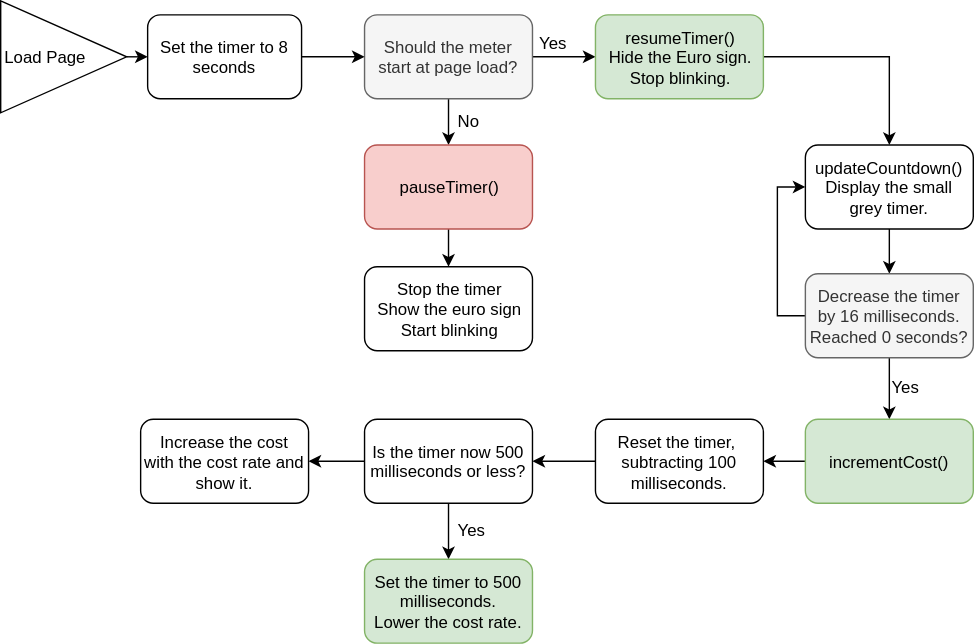
The draw.io diagram TaxiNoodleMeterDiagram.svg in wishiki/Taxi-Inari-Noodle, before a commit. Source tidied: cells renumbered, new cells last; positions are measured from the earlier drawing's top-left corner, leaving out a move shared by most shapes.
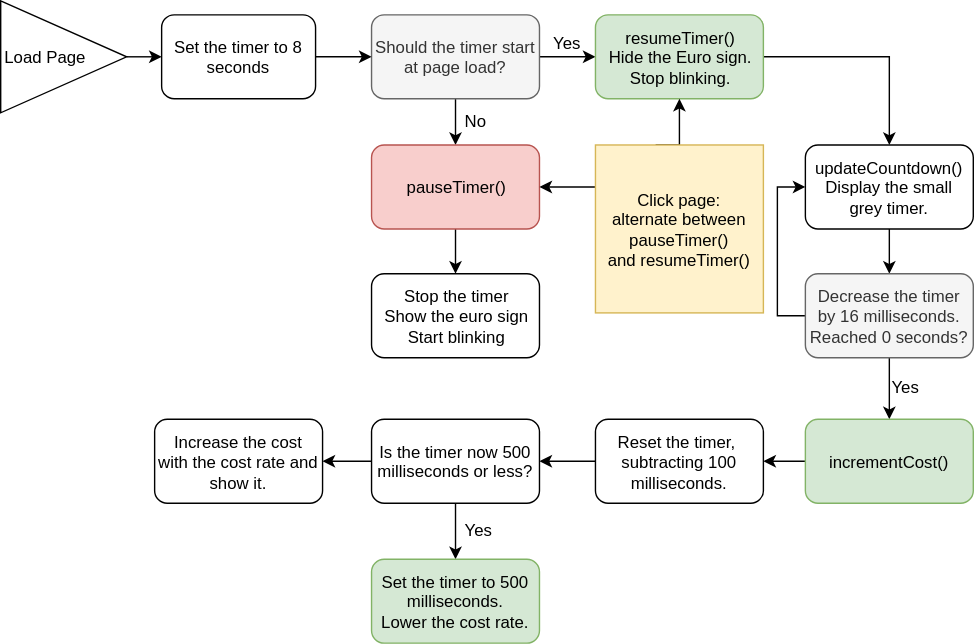
Later version of the same file.

Commit message:
Incorporated click events into flowchart. Added diagram source.

Change to the diagram source:
```diff
@@ -14,8 +14,8 @@
     <mxCell id="5" style="edgeStyle=orthogonalEdgeStyle;rounded=0;jettySize=auto;html=1;" parent="1" edge="1" source="6" target="8">
       <mxGeometry relative="1" as="geometry" />
     </mxCell>
-    <mxCell id="6" value="Should the meter start at page load?&lt;br&gt;" style="rounded=1;whiteSpace=wrap;html=1;fillColor=#f5f5f5;strokeColor=#666666;fontColor=#333333;" parent="1" vertex="1">
-      <mxGeometry x="260" y="10" width="120" height="60" as="geometry" />
+    <mxCell id="6" value="Should the timer start at page load?&lt;br&gt;" style="rounded=1;whiteSpace=wrap;html=1;fillColor=#f5f5f5;strokeColor=#666666;fontColor=#333333;" parent="1" vertex="1">
+      <mxGeometry x="265" y="10" width="120" height="60" as="geometry" />
     </mxCell>
     <mxCell id="7" style="edgeStyle=orthogonalEdgeStyle;rounded=0;jettySize=auto;html=1;" parent="1" edge="1" source="8" target="10">
       <mxGeometry relative="1" as="geometry" />
@@ -33,7 +33,12 @@
       <mxGeometry relative="1" as="geometry" />
     </mxCell>
     <mxCell id="12" style="edgeStyle=orthogonalEdgeStyle;rounded=0;jettySize=auto;html=1;exitX=0;exitY=0.5;exitDx=0;exitDy=0;entryX=0;entryY=0.5;entryDx=0;entryDy=0;" parent="1" edge="1" source="13" target="10">
-      <mxGeometry relative="1" as="geometry" />
+      <mxGeometry relative="1" as="geometry">
+        <Array as="points">
+          <mxPoint x="555" y="225" />
+          <mxPoint x="555" y="133" />
+        </Array>
+      </mxGeometry>
     </mxCell>
     <mxCell id="13" value="&lt;span&gt;Decrease the timer by 16 milliseconds.&lt;br&gt;Reached 0 seconds?&lt;/span&gt;&lt;br&gt;" style="rounded=1;whiteSpace=wrap;html=1;fillColor=#f5f5f5;strokeColor=#666666;fontColor=#333333;" parent="1" vertex="1">
       <mxGeometry x="575" y="195" width="120" height="60" as="geometry" />
@@ -48,16 +53,16 @@
       <mxGeometry relative="1" as="geometry" />
     </mxCell>
     <mxCell id="17" value="pauseTimer()&lt;br&gt;" style="rounded=1;whiteSpace=wrap;html=1;fillColor=#f8cecc;strokeColor=#b85450;" parent="1" vertex="1">
-      <mxGeometry x="260" y="103" width="120" height="60" as="geometry" />
+      <mxGeometry x="265" y="103" width="120" height="60" as="geometry" />
     </mxCell>
     <mxCell id="18" value="Stop the timer&lt;br&gt;Show the euro sign&lt;br&gt;Start blinking&lt;br&gt;" style="rounded=1;whiteSpace=wrap;html=1;" parent="1" vertex="1">
-      <mxGeometry x="260" y="190" width="120" height="60" as="geometry" />
+      <mxGeometry x="265" y="195" width="120" height="60" as="geometry" />
     </mxCell>
     <mxCell id="19" value="Yes" style="text;html=1;strokeColor=none;fillColor=none;align=center;verticalAlign=middle;whiteSpace=wrap;rounded=0;" parent="1" vertex="1">
-      <mxGeometry x="375" y="20" width="40" height="20" as="geometry" />
+      <mxGeometry x="385" y="20" width="40" height="20" as="geometry" />
     </mxCell>
     <mxCell id="20" value="No" style="text;html=1;align=left;verticalAlign=top;spacingTop=-4;" parent="1" vertex="1">
-      <mxGeometry x="325" y="76.5" width="30" height="20" as="geometry" />
+      <mxGeometry x="330" y="76.5" width="30" height="20" as="geometry" />
     </mxCell>
     <mxCell id="21" value="Yes" style="text;html=1;align=left;verticalAlign=top;spacingTop=-4;" parent="1" vertex="1">
       <mxGeometry x="635" y="267" width="40" height="20" as="geometry" />
@@ -75,22 +80,41 @@
       <mxGeometry relative="1" as="geometry" />
     </mxCell>
     <mxCell id="26" value="Is the timer now 500 milliseconds or less?" style="rounded=1;whiteSpace=wrap;html=1;" parent="1" vertex="1">
-      <mxGeometry x="260" y="299" width="120" height="60" as="geometry" />
+      <mxGeometry x="265" y="299" width="120" height="60" as="geometry" />
     </mxCell>
     <mxCell id="27" value="Increase the cost with the cost rate and show it." style="rounded=1;whiteSpace=wrap;html=1;" parent="1" vertex="1">
-      <mxGeometry x="100" y="299" width="120" height="60" as="geometry" />
+      <mxGeometry x="110" y="299" width="120" height="60" as="geometry" />
     </mxCell>
     <mxCell id="28" value="Set the timer to 500 milliseconds.&lt;br&gt;Lower the cost rate.&lt;br&gt;" style="rounded=1;whiteSpace=wrap;html=1;fillColor=#d5e8d4;strokeColor=#82b366;" parent="1" vertex="1">
-      <mxGeometry x="260" y="399" width="120" height="60" as="geometry" />
+      <mxGeometry x="265" y="399" width="120" height="60" as="geometry" />
     </mxCell>
     <mxCell id="29" style="edgeStyle=orthogonalEdgeStyle;rounded=0;jettySize=auto;html=1;" parent="1" edge="1" source="30" target="6">
       <mxGeometry relative="1" as="geometry" />
     </mxCell>
     <mxCell id="30" value="Set the timer to 8 seconds" style="rounded=1;whiteSpace=wrap;html=1;" parent="1" vertex="1">
-      <mxGeometry x="105" y="10" width="110" height="60" as="geometry" />
+      <mxGeometry x="115" y="10" width="110" height="60" as="geometry" />
     </mxCell>
     <mxCell id="31" value="Yes" style="text;html=1;align=left;verticalAlign=top;spacingTop=-4;" parent="1" vertex="1">
-      <mxGeometry x="325" y="369" width="40" height="20" as="geometry" />
+      <mxGeometry x="330" y="369" width="40" height="20" as="geometry" />
     </mxCell>
+    <mxCell id="32" style="edgeStyle=orthogonalEdgeStyle;rounded=0;jettySize=auto;html=1;exitX=0.5;exitY=0;exitDx=0;exitDy=0;" parent="1" edge="1" target="8">
+      <mxGeometry relative="1" as="geometry">
+        <mxPoint x="468" y="103" as="sourcePoint" />
+        <Array as="points">
+          <mxPoint x="485" y="103" />
+        </Array>
+      </mxGeometry>
+    </mxCell>
+    <mxCell id="33" style="edgeStyle=orthogonalEdgeStyle;rounded=0;jettySize=auto;html=1;" parent="1" edge="1" source="34" target="17">
+      <mxGeometry relative="1" as="geometry">
+        <Array as="points">
+          <mxPoint x="405" y="133" />
+          <mxPoint x="405" y="133" />
+        </Array>
+      </mxGeometry>
+    </mxCell>
+    <mxCell id="34" value="&lt;div&gt;Click page:&lt;/div&gt;&lt;div&gt;alternate between pauseTimer()&lt;/div&gt;&lt;div&gt;and resumeTimer()&lt;/div&gt;" style="whiteSpace=wrap;html=1;align=center;fillColor=#fff2cc;strokeColor=#d6b656;" parent="1" vertex="1">
+      <mxGeometry x="425" y="103" width="120" height="120" as="geometry" />
+    </mxCell>
   </root>
 </mxGraphModel>
```
